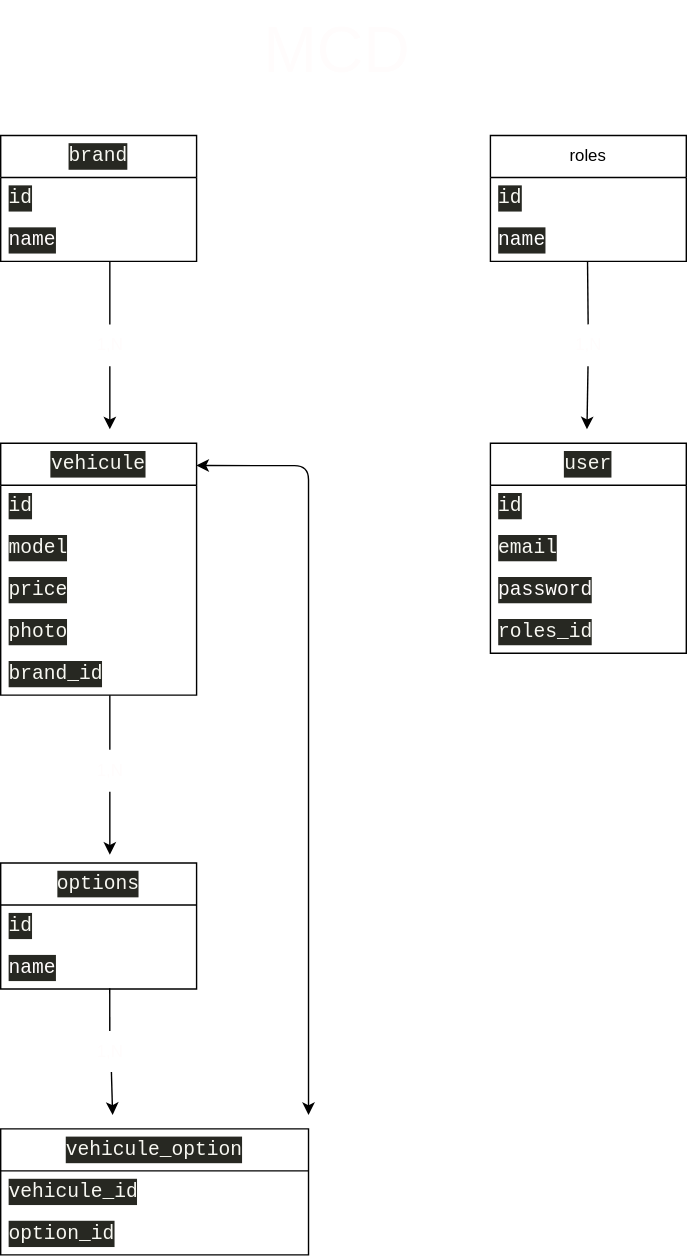
Vincent-scazza/garage keeps this draw.io diagram as code/server/merise/MCD.drawio.svg. Above is the earlier version. Source tidied: cells renumbered, new cells last; positions are measured from the earlier drawing's top-left corner, leaving out a move shared by most shapes.
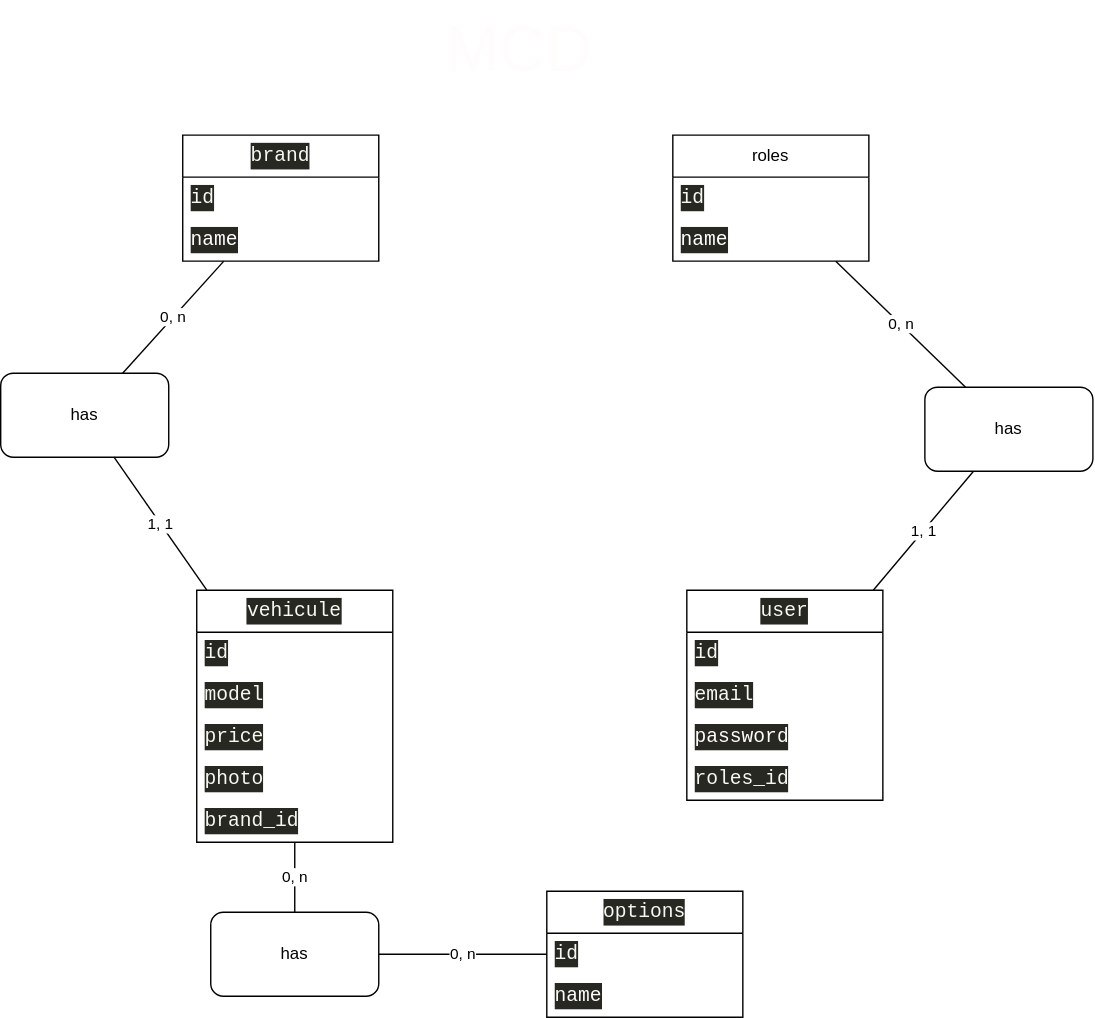
The same diagram one commit later.

Commit message:
confirmation Laurent CRUD MERISE TEST

Diff of the diagram source:
```diff
@@ -21,7 +21,7 @@
       <mxGeometry y="60" width="140" height="30" as="geometry" />
     </mxCell>
     <mxCell id="8" value="&lt;div style=&quot;color: rgb(248, 248, 242); background-color: rgb(39, 40, 34); font-family: Consolas, &amp;quot;Courier New&amp;quot;, monospace; font-size: 14px; line-height: 19px;&quot;&gt;vehicule&lt;/div&gt;" style="swimlane;fontStyle=0;horizontal=1;startSize=30;whiteSpace=wrap;html=1;" parent="1" vertex="1">
-      <mxGeometry y="316" width="140" height="180" as="geometry" />
+      <mxGeometry x="10" y="421" width="140" height="180" as="geometry" />
     </mxCell>
     <mxCell id="9" value="&lt;div style=&quot;color: rgb(248, 248, 242); background-color: rgb(39, 40, 34); font-family: Consolas, &amp;quot;Courier New&amp;quot;, monospace; font-size: 14px; line-height: 19px;&quot;&gt;id&lt;/div&gt;" style="text;strokeColor=none;fillColor=none;align=left;verticalAlign=middle;spacingLeft=4;spacingRight=4;overflow=hidden;whiteSpace=wrap;html=1;" parent="8" vertex="1">
       <mxGeometry y="30" width="140" height="30" as="geometry" />
@@ -39,7 +39,7 @@
       <mxGeometry y="150" width="140" height="30" as="geometry" />
     </mxCell>
     <mxCell id="14" value="&lt;div style=&quot;color: rgb(248, 248, 242); background-color: rgb(39, 40, 34); font-family: Consolas, &amp;quot;Courier New&amp;quot;, monospace; font-size: 14px; line-height: 19px;&quot;&gt;user&lt;/div&gt;" style="swimlane;fontStyle=0;horizontal=1;startSize=30;whiteSpace=wrap;html=1;" parent="1" vertex="1">
-      <mxGeometry x="350" y="316" width="140" height="150" as="geometry" />
+      <mxGeometry x="360" y="421" width="140" height="150" as="geometry" />
     </mxCell>
     <mxCell id="15" value="&lt;div style=&quot;color: rgb(248, 248, 242); background-color: rgb(39, 40, 34); font-family: Consolas, &amp;quot;Courier New&amp;quot;, monospace; font-size: 14px; line-height: 19px;&quot;&gt;id&lt;/div&gt;" style="text;strokeColor=none;fillColor=none;align=left;verticalAlign=middle;spacingLeft=4;spacingRight=4;overflow=hidden;whiteSpace=wrap;html=1;" parent="14" vertex="1">
       <mxGeometry y="30" width="140" height="30" as="geometry" />
@@ -54,7 +54,7 @@
       <mxGeometry y="120" width="140" height="30" as="geometry" />
     </mxCell>
     <mxCell id="19" value="&lt;div style=&quot;color: rgb(248, 248, 242); background-color: rgb(39, 40, 34); font-family: Consolas, &amp;quot;Courier New&amp;quot;, monospace; font-size: 14px; line-height: 19px;&quot;&gt;options&lt;/div&gt;" style="swimlane;fontStyle=0;horizontal=1;startSize=30;whiteSpace=wrap;html=1;" parent="1" vertex="1">
-      <mxGeometry y="616" width="140" height="90" as="geometry" />
+      <mxGeometry x="260" y="636" width="140" height="90" as="geometry" />
     </mxCell>
     <mxCell id="20" value="&lt;div style=&quot;color: rgb(248, 248, 242); background-color: rgb(39, 40, 34); font-family: Consolas, &amp;quot;Courier New&amp;quot;, monospace; font-size: 14px; line-height: 19px;&quot;&gt;id&lt;/div&gt;" style="text;strokeColor=none;fillColor=none;align=left;verticalAlign=middle;spacingLeft=4;spacingRight=4;overflow=hidden;whiteSpace=wrap;html=1;" parent="19" vertex="1">
       <mxGeometry y="30" width="140" height="30" as="geometry" />
@@ -62,77 +62,35 @@
     <mxCell id="21" value="&lt;div style=&quot;background-color: rgb(39, 40, 34); font-family: Consolas, &amp;quot;Courier New&amp;quot;, monospace; font-size: 14px; line-height: 19px;&quot;&gt;&lt;font color=&quot;#fffcfc&quot;&gt;name&lt;/font&gt; &lt;/div&gt;" style="text;strokeColor=none;fillColor=none;align=left;verticalAlign=middle;spacingLeft=4;spacingRight=4;overflow=hidden;whiteSpace=wrap;html=1;" parent="19" vertex="1">
       <mxGeometry y="60" width="140" height="30" as="geometry" />
     </mxCell>
-    <mxCell id="22" style="edgeStyle=none;html=1;fontColor=#FFFCFC;entryX=0.999;entryY=0.088;entryDx=0;entryDy=0;entryPerimeter=0;startArrow=classic;startFill=1;" parent="1" edge="1" target="8">
-      <mxGeometry relative="1" as="geometry">
-        <mxPoint x="220" y="796" as="sourcePoint" />
-        <Array as="points">
-          <mxPoint x="220" y="332" />
-        </Array>
-      </mxGeometry>
-    </mxCell>
-    <mxCell id="23" value="&lt;div style=&quot;color: rgb(248, 248, 242); background-color: rgb(39, 40, 34); font-family: Consolas, &amp;quot;Courier New&amp;quot;, monospace; font-size: 14px; line-height: 19px;&quot;&gt;vehicule_option&lt;/div&gt;" style="swimlane;fontStyle=0;horizontal=1;startSize=30;whiteSpace=wrap;html=1;" parent="1" vertex="1">
-      <mxGeometry y="806" width="220" height="90" as="geometry" />
-    </mxCell>
-    <mxCell id="24" value="&lt;div style=&quot;color: rgb(248, 248, 242); background-color: rgb(39, 40, 34); font-family: Consolas, &amp;quot;Courier New&amp;quot;, monospace; font-size: 14px; line-height: 19px;&quot;&gt;vehicule_id&lt;/div&gt;" style="text;strokeColor=none;fillColor=none;align=left;verticalAlign=middle;spacingLeft=4;spacingRight=4;overflow=hidden;whiteSpace=wrap;html=1;" parent="23" vertex="1">
-      <mxGeometry y="30" width="220" height="30" as="geometry" />
-    </mxCell>
-    <mxCell id="25" value="&lt;div style=&quot;color: rgb(248, 248, 242); background-color: rgb(39, 40, 34); font-family: Consolas, &amp;quot;Courier New&amp;quot;, monospace; font-size: 14px; line-height: 19px;&quot;&gt;option_id&lt;/div&gt;" style="text;strokeColor=none;fillColor=none;align=left;verticalAlign=middle;spacingLeft=4;spacingRight=4;overflow=hidden;whiteSpace=wrap;html=1;" parent="23" vertex="1">
-      <mxGeometry y="60" width="220" height="30" as="geometry" />
-    </mxCell>
-    <mxCell id="26" style="edgeStyle=none;html=1;fontColor=#FFFCFC;startArrow=none;" parent="1" edge="1" source="35">
-      <mxGeometry relative="1" as="geometry">
-        <mxPoint x="78" y="610" as="targetPoint" />
-      </mxGeometry>
-    </mxCell>
-    <mxCell id="27" style="edgeStyle=none;html=1;fontColor=#FFFCFC;exitX=0.528;exitY=0.98;exitDx=0;exitDy=0;exitPerimeter=0;startArrow=none;" parent="1" edge="1" source="37">
-      <mxGeometry relative="1" as="geometry">
-        <mxPoint x="80" y="796" as="targetPoint" />
-      </mxGeometry>
-    </mxCell>
-    <mxCell id="28" style="edgeStyle=none;html=1;fontColor=#FFFCFC;startArrow=none;" parent="1" edge="1" source="33">
-      <mxGeometry relative="1" as="geometry">
-        <mxPoint x="78" y="306" as="targetPoint" />
-      </mxGeometry>
-    </mxCell>
-    <mxCell id="29" style="edgeStyle=none;html=1;fontColor=#FFFCFC;startArrow=none;" parent="1" edge="1" source="31">
-      <mxGeometry relative="1" as="geometry">
-        <mxPoint x="419" y="306" as="targetPoint" />
-      </mxGeometry>
-    </mxCell>
-    <mxCell id="30" style="edgeStyle=none;html=1;fontColor=#FFFCFC;endArrow=none;" parent="1" edge="1" target="31">
-      <mxGeometry relative="1" as="geometry">
-        <mxPoint x="419.4" y="186" as="sourcePoint" />
-      </mxGeometry>
-    </mxCell>
-    <mxCell id="31" value="1,N" style="text;html=1;align=center;verticalAlign=middle;points=[];strokeColor=none;fillColor=none;fontColor=#FFFCFC;" parent="1" vertex="1">
-      <mxGeometry x="400" y="231" width="40" height="30" as="geometry" />
-    </mxCell>
-    <mxCell id="32" style="edgeStyle=none;html=1;fontColor=#FFFCFC;endArrow=none;" parent="1" edge="1" target="33">
-      <mxGeometry relative="1" as="geometry">
-        <mxPoint x="78" y="186" as="sourcePoint" />
-      </mxGeometry>
-    </mxCell>
-    <mxCell id="33" value="1,N" style="text;html=1;align=center;verticalAlign=middle;points=[];strokeColor=none;fillColor=none;fontColor=#FFFCFC;" parent="1" vertex="1">
-      <mxGeometry x="58" y="231" width="40" height="30" as="geometry" />
-    </mxCell>
-    <mxCell id="34" style="edgeStyle=none;html=1;fontColor=#FFFCFC;endArrow=none;" parent="1" edge="1" target="35">
-      <mxGeometry relative="1" as="geometry">
-        <mxPoint x="78" y="496" as="sourcePoint" />
-      </mxGeometry>
-    </mxCell>
-    <mxCell id="35" value="1,N" style="text;html=1;align=center;verticalAlign=middle;points=[];strokeColor=none;fillColor=none;fontColor=#FFFCFC;" parent="1" vertex="1">
-      <mxGeometry x="58" y="535" width="40" height="30" as="geometry" />
-    </mxCell>
-    <mxCell id="36" style="edgeStyle=none;html=1;fontColor=#FFFCFC;exitX=0.528;exitY=0.98;exitDx=0;exitDy=0;exitPerimeter=0;endArrow=none;" parent="1" edge="1" target="37">
-      <mxGeometry relative="1" as="geometry">
-        <mxPoint x="77.9" y="705.4" as="sourcePoint" />
-      </mxGeometry>
-    </mxCell>
-    <mxCell id="37" value="1,N" style="text;html=1;align=center;verticalAlign=middle;points=[];strokeColor=none;fillColor=none;fontColor=#FFFCFC;" parent="1" vertex="1">
-      <mxGeometry x="58" y="736" width="40" height="30" as="geometry" />
-    </mxCell>
     <mxCell id="38" value="&lt;font style=&quot;font-size: 46px;&quot;&gt;MCD&lt;/font&gt;" style="text;html=1;align=center;verticalAlign=middle;strokeColor=none;fillColor=none;fontColor=#FFFCFC;" parent="1" vertex="1">
       <mxGeometry x="175" width="130" height="70" as="geometry" />
     </mxCell>
+    <mxCell id="39" value="has" style="rounded=1;whiteSpace=wrap;html=1;" parent="1" vertex="1">
+      <mxGeometry x="-130" y="266" width="120" height="60" as="geometry" />
+    </mxCell>
+    <mxCell id="40" value="0, n" style="endArrow=none;html=1;rounded=0;" parent="1" edge="1" source="5" target="39">
+      <mxGeometry relative="1" as="geometry" />
+    </mxCell>
+    <mxCell id="41" value="1, 1" style="endArrow=none;html=1;rounded=0;" parent="1" edge="1" source="39" target="8">
+      <mxGeometry relative="1" as="geometry" />
+    </mxCell>
+    <mxCell id="42" value="has" style="rounded=1;whiteSpace=wrap;html=1;" parent="1" vertex="1">
+      <mxGeometry x="530" y="276" width="120" height="60" as="geometry" />
+    </mxCell>
+    <mxCell id="43" value="0, n" style="endArrow=none;html=1;rounded=0;" parent="1" edge="1" source="2" target="42">
+      <mxGeometry relative="1" as="geometry" />
+    </mxCell>
+    <mxCell id="44" value="1, 1" style="endArrow=none;html=1;rounded=0;" parent="1" edge="1" source="14" target="42">
+      <mxGeometry relative="1" as="geometry" />
+    </mxCell>
+    <mxCell id="45" value="has" style="rounded=1;whiteSpace=wrap;html=1;" parent="1" vertex="1">
+      <mxGeometry x="20" y="651" width="120" height="60" as="geometry" />
+    </mxCell>
+    <mxCell id="46" value="0, n" style="endArrow=none;html=1;rounded=0;" parent="1" edge="1" source="8" target="45">
+      <mxGeometry relative="1" as="geometry" />
+    </mxCell>
+    <mxCell id="47" value="0, n" style="endArrow=none;html=1;rounded=0;" parent="1" edge="1" source="45" target="19">
+      <mxGeometry relative="1" as="geometry" />
+    </mxCell>
   </root>
 </mxGraphModel>
```
